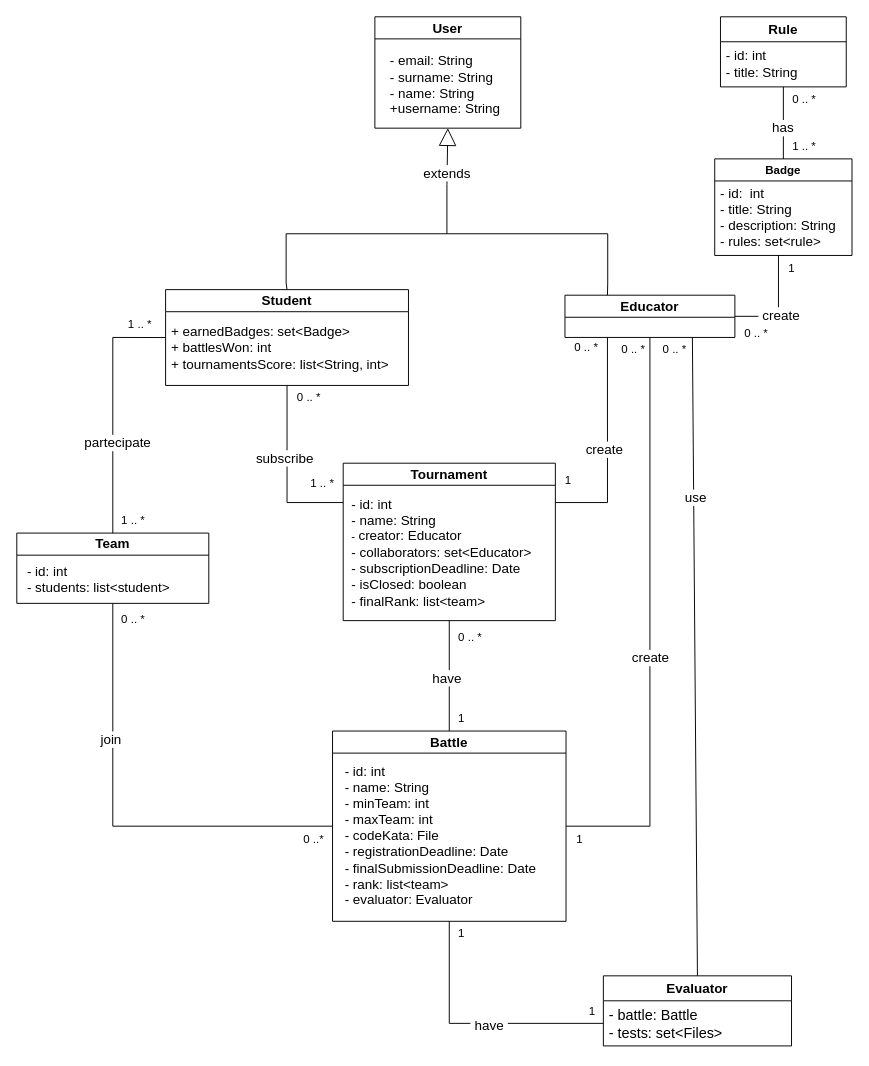
Above: diagrams/class diagram (UML)/ClassDiagram.drawio in mttcrn/software-engineering-II-project (draw.io), before the change. Source tidied: cells renumbered, new cells numbered last; positions are measured from the earlier drawing's top-left corner, leaving out a move shared by most shapes. Both pictures are drawn from the tidied source at 96%, with x=0, y=0 at pixel (16, 16).
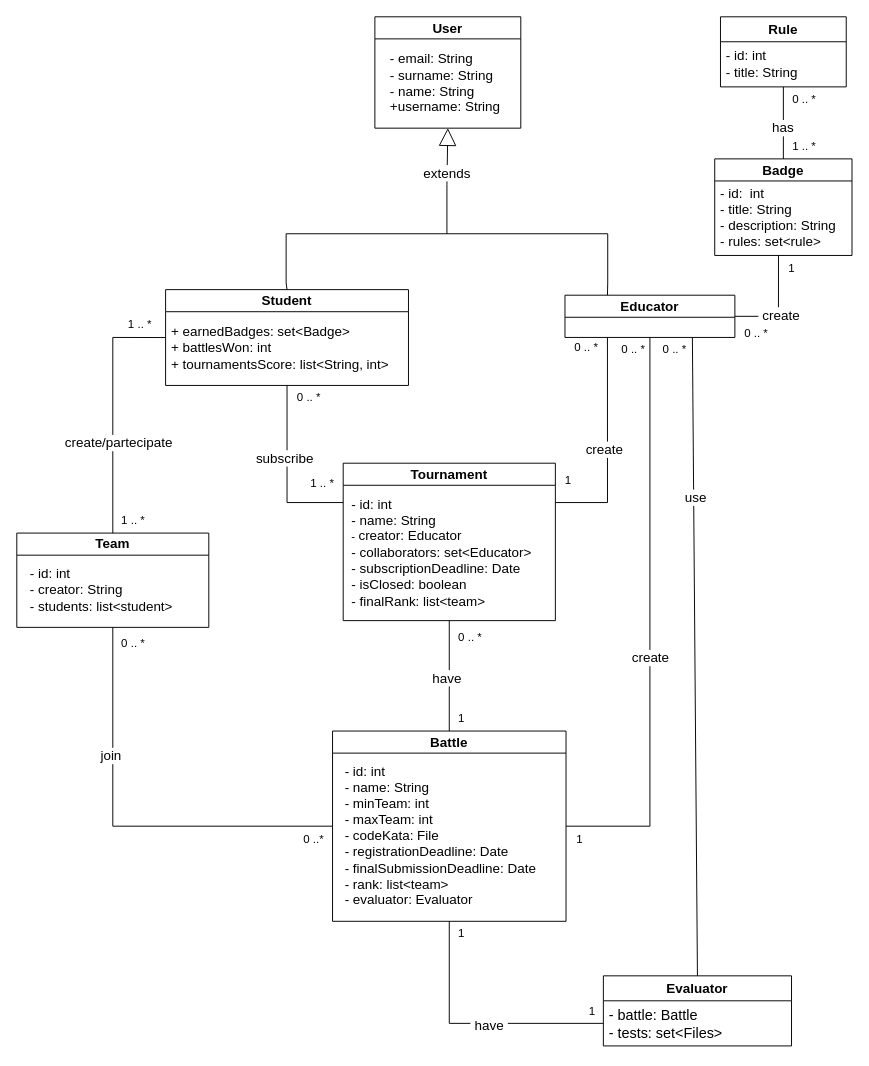
The same diagram, later.

Commit message (it also covers changes not shown here):
Finished state diagrams.

Unchanged cells that the change refers to:
```xml
<mxCell id="2" value="&lt;font style=&quot;font-size: 14px;&quot;&gt;User&lt;/font&gt;" style="swimlane;whiteSpace=wrap;html=1;startSize=23;rounded=0;labelBackgroundColor=none;" parent="1" vertex="1">
  <mxGeometry x="373" width="152" height="116" as="geometry" />
</mxCell>
<mxCell id="24" style="endArrow=none;html=1;rounded=0;entryX=0;entryY=0.5;entryDx=0;entryDy=0;exitX=0.5;exitY=0;exitDx=0;exitDy=0;labelBackgroundColor=none;fontColor=default;" parent="1" edge="1" source="22" target="4">
  <mxGeometry relative="1" as="geometry">
    <Array as="points">
      <mxPoint x="100" y="334" />
    </Array>
  </mxGeometry>
</mxCell>
```

Change to the diagram source:
```diff
@@
     <mxCell id="3" value="&lt;div style=&quot;text-align: left;&quot;&gt;&lt;span style=&quot;font-size: 14px; background-color: initial;&quot;&gt;- email: String&amp;nbsp;&lt;/span&gt;&lt;/div&gt;&lt;font style=&quot;font-size: 14px;&quot;&gt;&lt;div style=&quot;text-align: left;&quot;&gt;&lt;span style=&quot;background-color: initial;&quot;&gt;- surname: String&lt;/span&gt;&lt;/div&gt;&lt;div style=&quot;text-align: left;&quot;&gt;&lt;span style=&quot;background-color: initial;&quot;&gt;- name: String&lt;/span&gt;&lt;/div&gt;&lt;div style=&quot;text-align: left;&quot;&gt;&lt;span style=&quot;background-color: initial;&quot;&gt;+username: String&lt;/span&gt;&lt;/div&gt;&lt;/font&gt;" style="text;html=1;align=center;verticalAlign=middle;strokeColor=none;fillColor=none;rounded=0;labelBackgroundColor=none;" parent="2" vertex="1">
-      <mxGeometry x="6" y="31" width="133" height="79" as="geometry" />
+      <mxGeometry x="6" y="29" width="133" height="79" as="geometry" />
     </mxCell>
@@
     <mxCell id="22" value="&lt;font style=&quot;font-size: 14px;&quot;&gt;Team&lt;/font&gt;" style="swimlane;whiteSpace=wrap;html=1;startSize=23;rounded=0;labelBackgroundColor=none;" parent="1" vertex="1">
-      <mxGeometry y="537.8" width="200" height="73.2" as="geometry" />
+      <mxGeometry y="537.8" width="200" height="98.2" as="geometry" />
     </mxCell>
-    <mxCell id="23" value="&lt;font style=&quot;font-size: 14px;&quot;&gt;- id: int&lt;br&gt;- students: list&amp;lt;student&amp;gt;&lt;/font&gt;" style="text;html=1;align=left;verticalAlign=middle;strokeColor=none;fillColor=none;rounded=0;labelBackgroundColor=none;" parent="22" vertex="1">
-      <mxGeometry x="9" y="25.2" width="167" height="46" as="geometry" />
+    <mxCell id="23" value="&lt;font style=&quot;font-size: 14px;&quot;&gt;- id: int&lt;br&gt;- creator: String&lt;br&gt;- students: list&amp;lt;student&amp;gt;&lt;/font&gt;" style="text;html=1;align=left;verticalAlign=middle;strokeColor=none;fillColor=none;rounded=0;labelBackgroundColor=none;" parent="22" vertex="1">
+      <mxGeometry x="12" y="28.2" width="167" height="62" as="geometry" />
     </mxCell>
@@
-    <mxCell id="25" value="partecipate" style="edgeLabel;html=1;align=center;verticalAlign=middle;fontSize=14;rounded=0;labelBackgroundColor=default;" parent="24" vertex="1">
-      <mxGeometry x="-0.27" y="-4" relative="1" as="geometry" />
+    <mxCell id="25" value="create/partecipate" style="edgeLabel;html=1;align=center;verticalAlign=middle;fontSize=14;rounded=0;labelBackgroundColor=default;" parent="24" vertex="1">
+      <mxGeometry x="-0.27" y="-4" relative="1" as="geometry">
+        <mxPoint x="1" as="offset" />
+      </mxGeometry>
     </mxCell>
@@
-    <mxCell id="32" value="Badge" style="swimlane;whiteSpace=wrap;html=1;rounded=0;labelBackgroundColor=none;" parent="1" vertex="1">
+    <mxCell id="32" value="&lt;font style=&quot;font-size: 14px;&quot;&gt;Badge&lt;/font&gt;" style="swimlane;whiteSpace=wrap;html=1;rounded=0;labelBackgroundColor=none;" parent="1" vertex="1">
       <mxGeometry x="727" y="148" width="143" height="100.6" as="geometry" />
     </mxCell>
@@
     <mxCell id="46" value="0 .. *" style="text;html=1;align=center;verticalAlign=middle;strokeColor=none;fillColor=none;rounded=0;labelBackgroundColor=none;" parent="1" vertex="1">
-      <mxGeometry x="99" y="615" width="43" height="26" as="geometry" />
+      <mxGeometry x="99" y="640" width="43" height="26" as="geometry" />
     </mxCell>
```
